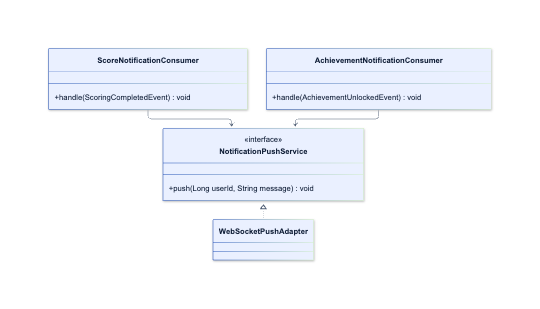
upc-pre-202620-si728-16365-thropic/talki-project-report keeps this Mermaid diagram as assets/diagrams/tactical/10-notifications-classes.png. Above is the earlier version. Its source is kept beside it as assets/diagrams/tactical/10-notifications-classes.mmd. The source it was exported from:
```mermaid
classDiagram
    class ScoreNotificationConsumer {
        +handle(ScoringCompletedEvent) void
    }
    class AchievementNotificationConsumer {
        +handle(AchievementUnlockedEvent) void
    }
    class NotificationPushService {
        <<interface>>
        +push(Long userId, String message) void
    }
    class WebSocketPushAdapter
    NotificationPushService <|.. WebSocketPushAdapter
    ScoreNotificationConsumer --> NotificationPushService
    AchievementNotificationConsumer --> NotificationPushService
```
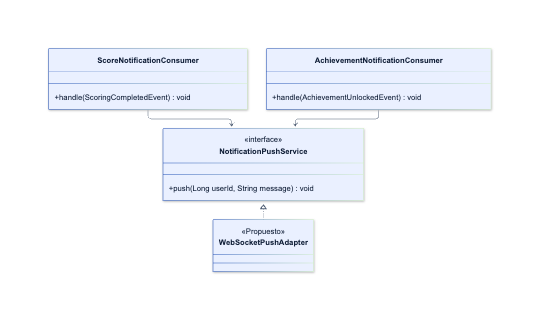
The same diagram one commit later.

Change to the diagram source:
```diff
@@ -9,7 +9,9 @@
         <<interface>>
         +push(Long userId, String message) void
     }
-    class WebSocketPushAdapter
+    class WebSocketPushAdapter {
+        <<Propuesto>>
+    }
     NotificationPushService <|.. WebSocketPushAdapter
     ScoreNotificationConsumer --> NotificationPushService
     AchievementNotificationConsumer --> NotificationPushService
```
